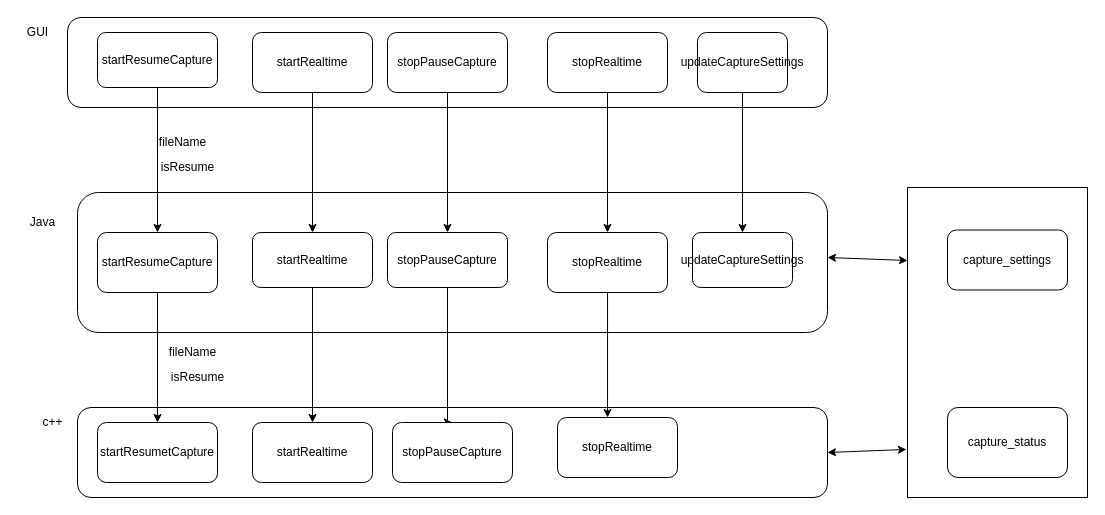
This is 1.drawio from cwj459378216/txt, a draw.io file, before an edit. Source tidied: cells renumbered, new cells numbered last; positions are measured from the earlier drawing's top-left corner, leaving out a move shared by most shapes. Both pictures are drawn from the tidied source at 100%, with x=0, y=0 at pixel (17, 17).
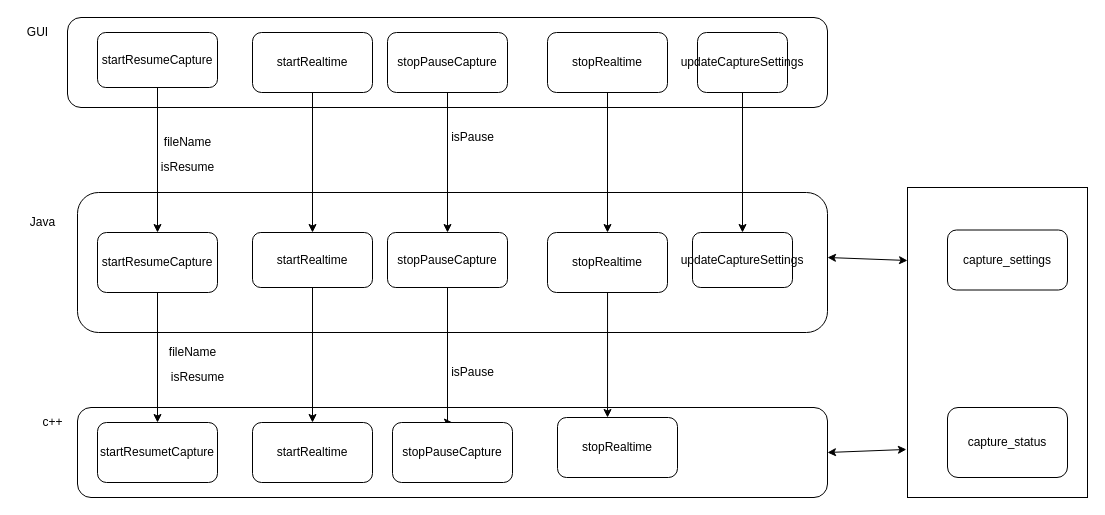
The same page after the edit.

Change to the diagram source:
```diff
@@
     <mxCell id="36" value="fileName" style="text;html=1;align=center;verticalAlign=middle;strokeColor=none;fillColor=none;" parent="1" vertex="1">
-      <mxGeometry x="130" y="110" width="70" height="30" as="geometry" />
+      <mxGeometry x="135" y="110" width="70" height="30" as="geometry" />
     </mxCell>
@@
+    <mxCell id="40" value="isPause" style="text;html=1;align=center;verticalAlign=middle;strokeColor=none;fillColor=none;" parent="1" vertex="1">
+      <mxGeometry x="420" y="105" width="70" height="30" as="geometry" />
+    </mxCell>
+    <mxCell id="41" value="isPause" style="text;html=1;align=center;verticalAlign=middle;strokeColor=none;fillColor=none;" parent="1" vertex="1">
+      <mxGeometry x="420" y="340" width="70" height="30" as="geometry" />
+    </mxCell>
```
